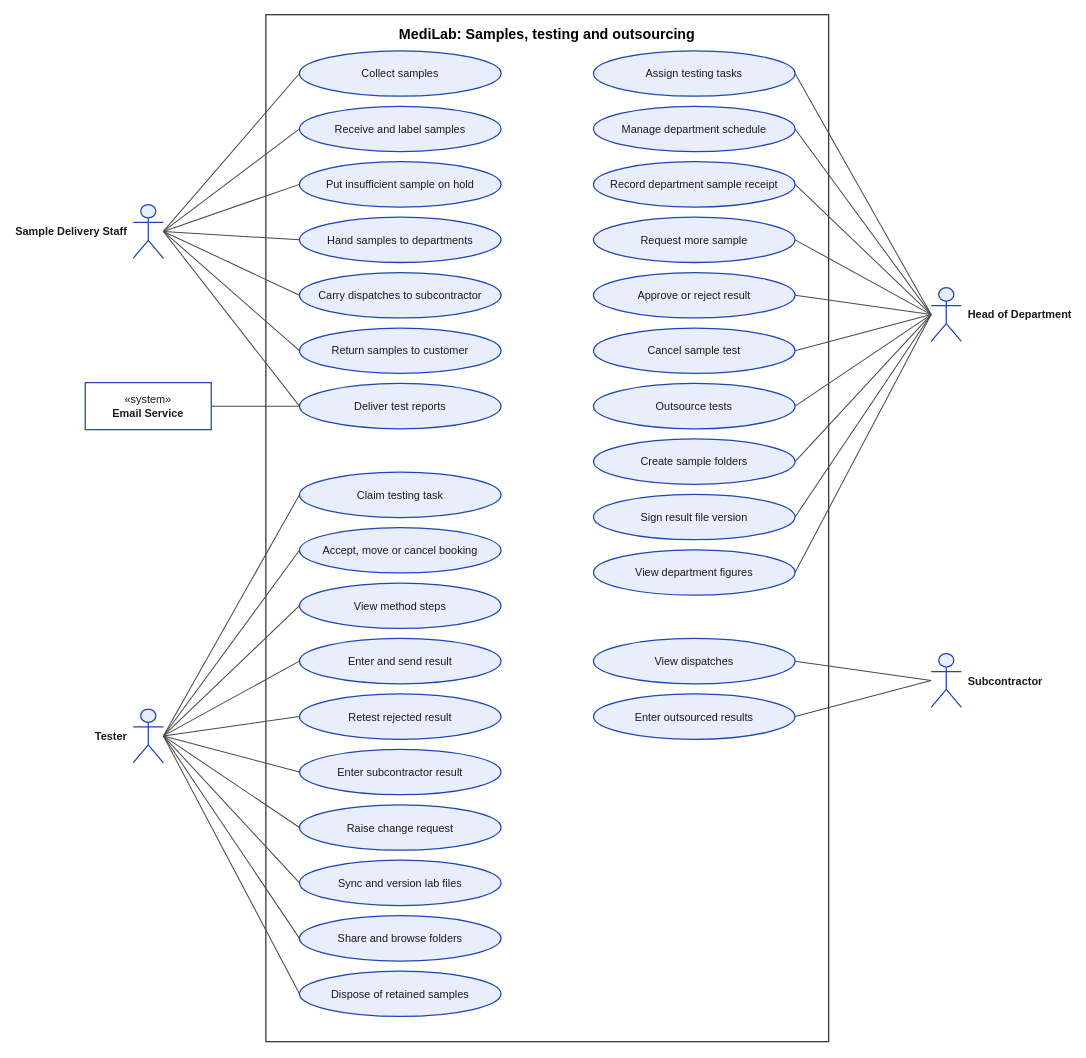
SoltuneMontepre/medilab keeps this draw.io diagram as page "Laboratory work" (2 of 3) of docs/reports/review-2/use-case-diagram.drawio. Above is the earlier version. Source tidied: cells renumbered, new cells numbered last; positions are measured from the earlier drawing's top-left corner, leaving out a move shared by most shapes. Both pictures are drawn from the tidied source at 84%, with x=0, y=0 at pixel (85, 14).
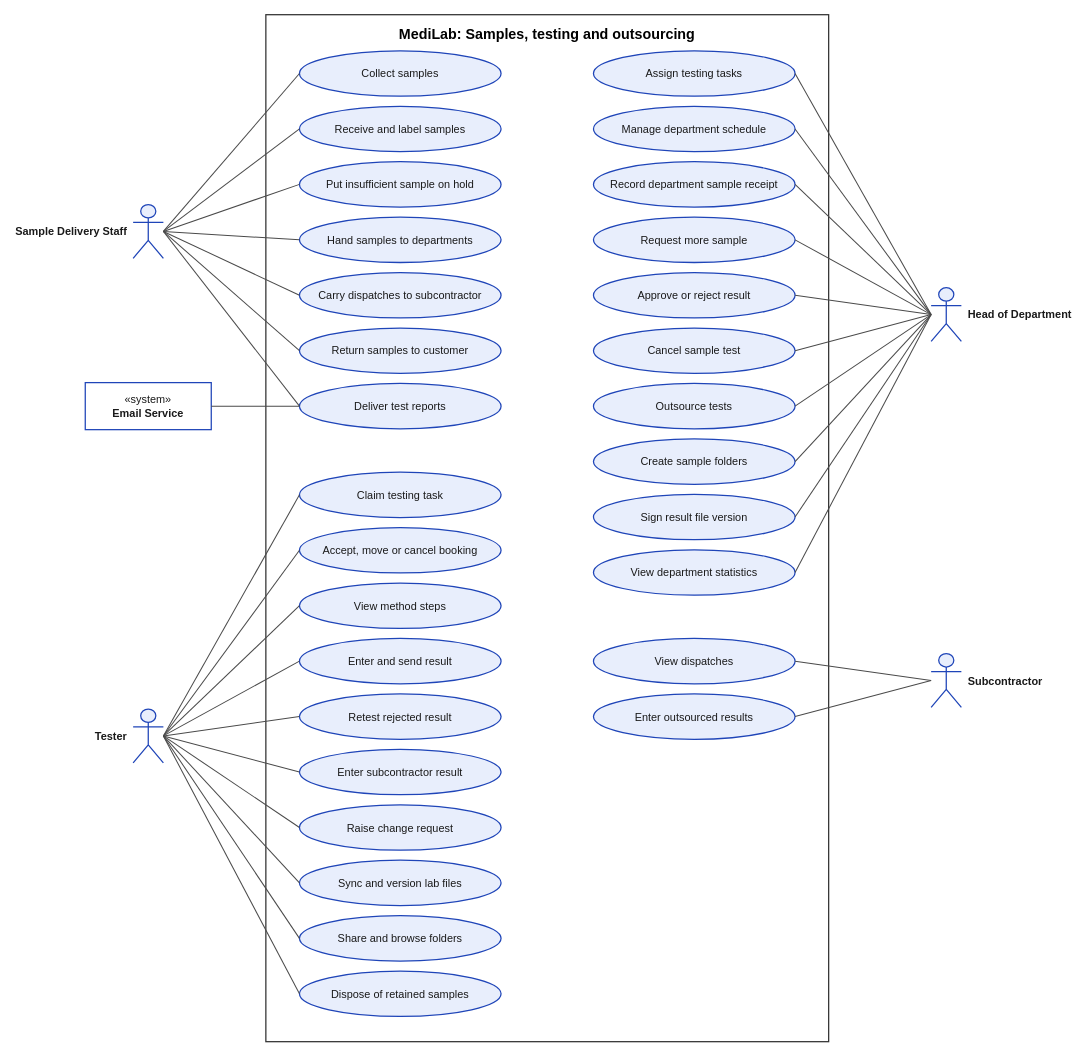
The same page after the edit.

Commit message (it also covers changes not shown here):
[docs] Use statistics and the Head of Sales credit rule in the Review 2 diagrams

Change to the diagram source:
```diff
@@
-    <mxCell id="29" value="View department figures" style="ellipse;whiteSpace=wrap;html=1;fillColor=#E8EEFC;strokeColor=#1F45B8;strokeWidth=1.5;fontFamily=Helvetica;fontSize=13;fontColor=#1A1A1A;" parent="1" vertex="1">
+    <mxCell id="29" value="View department statistics" style="ellipse;whiteSpace=wrap;html=1;fillColor=#E8EEFC;strokeColor=#1F45B8;strokeWidth=1.5;fontFamily=Helvetica;fontSize=13;fontColor=#1A1A1A;" parent="1" vertex="1">
       <mxGeometry x="605" y="637" width="240" height="54" as="geometry" />
     </mxCell>
```
